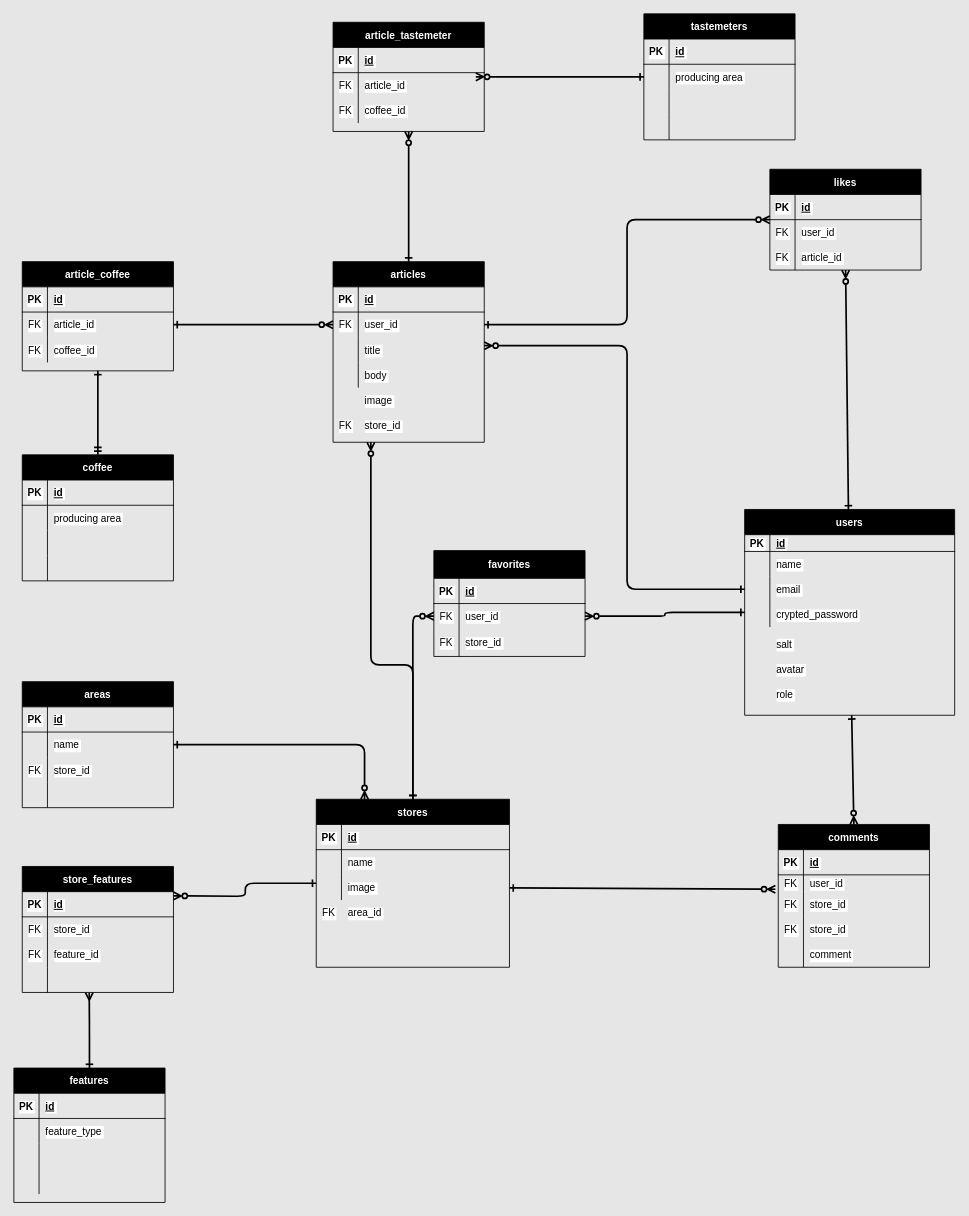
Before: er.drawio in oldnew194/cold_brew_app, a draw.io diagram. Source tidied: cells renumbered, new cells numbered last; positions are measured from the earlier drawing's top-left corner, leaving out a move shared by most shapes. Both pictures are drawn from the tidied source at 84%, with x=0, y=0 at pixel (13, 13).
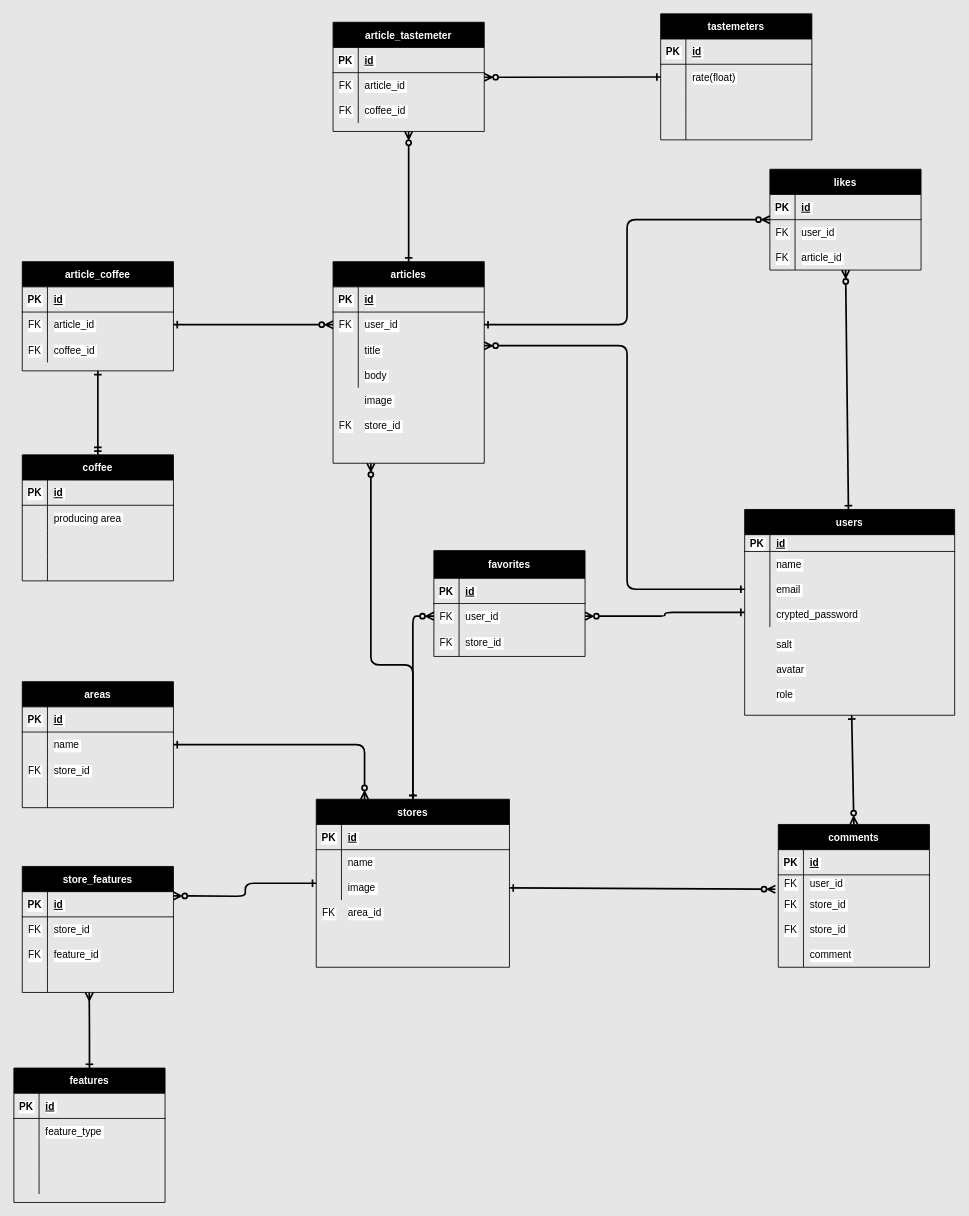
The same diagram, later.

The change refers to these unchanged cells:
```xml
<mxCell id="161" style="shape=partialRectangle;fillColor=none;top=0;left=0;bottom=0;right=0;points=[[0,0.5],[1,0.5]];portConstraint=eastwest;fontColor=#000000;labelBackgroundColor=#FFFFFF;strokeColor=#000000;" parent="157" vertex="1">
  <mxGeometry y="60" width="180" height="30" as="geometry" />
</mxCell>
<mxCell id="174" style="shape=partialRectangle;fillColor=none;top=0;left=0;bottom=0;right=0;points=[[0,0.5],[1,0.5]];portConstraint=eastwest;fontColor=#000000;labelBackgroundColor=#FFFFFF;strokeColor=#000000;" parent="170" vertex="1">
  <mxGeometry y="60" width="180" height="30" as="geometry" />
</mxCell>
```

The edit, as a diff of the source:
```diff
@@
     <mxCell id="3" value="articles" style="shape=table;startSize=30;childLayout=tableLayout;rowLines=0;fontStyle=1;align=center;fontColor=#FFFFFF;labelBackgroundColor=#000000;swimlaneFillColor=none;gradientColor=none;strokeColor=#000000;fillColor=#000000;" parent="1" vertex="1">
-      <mxGeometry x="380" y="295" width="180" height="215" as="geometry" />
+      <mxGeometry x="380" y="295" width="180" height="240" as="geometry" />
     </mxCell>
@@
     <mxCell id="157" value="tastemeters" style="shape=table;startSize=30;childLayout=tableLayout;rowLines=0;fontStyle=1;align=center;strokeColor=#000000;labelBackgroundColor=#000000;fontColor=#FFFFFF;fillColor=#000000;" parent="1" vertex="1">
-      <mxGeometry x="750" width="180" height="150" as="geometry" />
+      <mxGeometry x="770" width="180" height="150" as="geometry" />
     </mxCell>
@@
-    <mxCell id="163" value="producing area" style="shape=partialRectangle;fillColor=none;top=0;left=0;bottom=0;right=0;align=left;spacingLeft=6;overflow=hidden;fontColor=#000000;labelBackgroundColor=#FFFFFF;strokeColor=#000000;" parent="161" vertex="1">
+    <mxCell id="163" value="rate(float)" style="shape=partialRectangle;fillColor=none;top=0;left=0;bottom=0;right=0;align=left;spacingLeft=6;overflow=hidden;fontColor=#000000;labelBackgroundColor=#FFFFFF;strokeColor=#000000;" parent="161" vertex="1">
       <mxGeometry x="30" width="150" height="30" as="geometry" />
     </mxCell>
@@
-    <mxCell id="180" style="edgeStyle=none;html=1;entryX=0.944;entryY=0.167;entryDx=0;entryDy=0;entryPerimeter=0;startArrow=ERone;startFill=0;endArrow=ERzeroToMany;endFill=0;strokeColor=#000000;strokeWidth=2;" parent="1" edge="1" source="161" target="174">
+    <mxCell id="180" style="edgeStyle=none;html=1;startArrow=ERone;startFill=0;endArrow=ERzeroToMany;endFill=0;strokeColor=#000000;strokeWidth=2;entryX=1;entryY=0.183;entryDx=0;entryDy=0;entryPerimeter=0;" parent="1" edge="1" source="161" target="174">
       <mxGeometry relative="1" as="geometry" />
     </mxCell>
```
